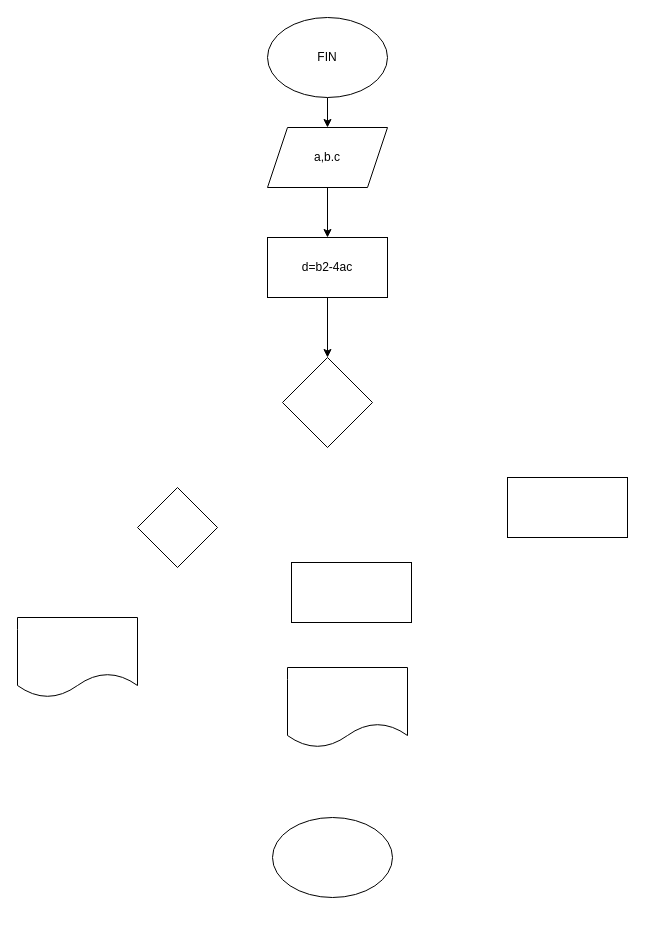
lizethcifuentes/taller_condicionales keeps this draw.io diagram as ejercicio_6/diagrama.drawio. Above is the earlier version. Source tidied: cells renumbered, new cells numbered last; positions are measured from the earlier drawing's top-left corner, leaving out a move shared by most shapes. Both pictures are drawn from the tidied source at 100%, with x=0, y=0 at pixel (17, 17).
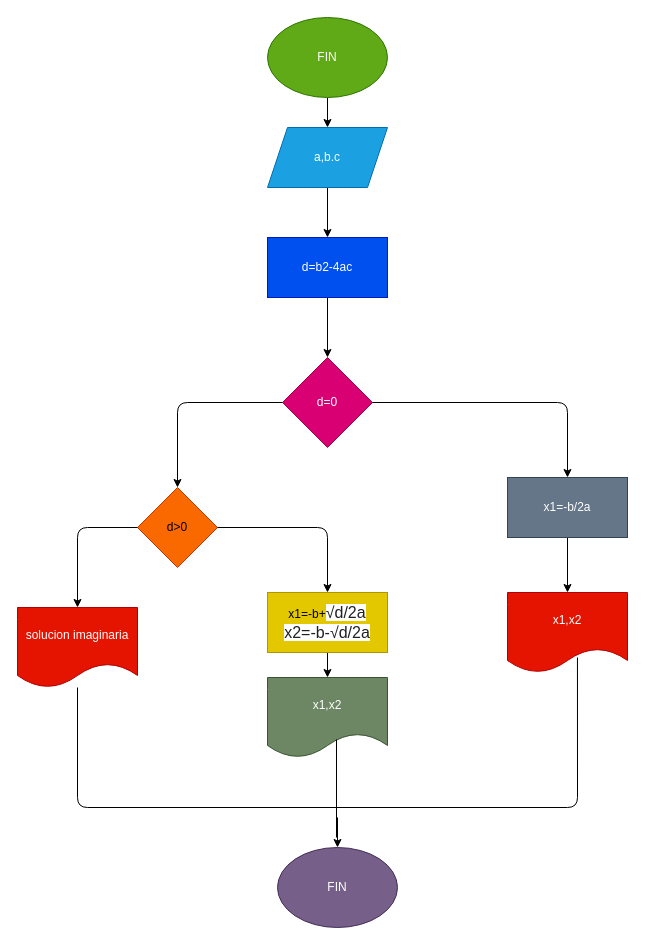
After the change.

Commit message (it also covers changes not shown here):
se agregan cambios en el diagrama.png y en el ejercicio.py

Change to the diagram source:
```diff
@@
-    <mxCell id="3" value="FIN" style="ellipse;whiteSpace=wrap;html=1;" parent="1" vertex="1">
+    <mxCell id="3" value="FIN" style="ellipse;whiteSpace=wrap;html=1;fillColor=#60a917;fontColor=#ffffff;strokeColor=#2D7600;" parent="1" vertex="1">
       <mxGeometry x="250" width="120" height="80" as="geometry" />
     </mxCell>
@@
-    <mxCell id="5" value="a,b.c" style="shape=parallelogram;perimeter=parallelogramPerimeter;whiteSpace=wrap;html=1;fixedSize=1;" parent="1" vertex="1">
+    <mxCell id="5" value="a,b.c" style="shape=parallelogram;perimeter=parallelogramPerimeter;whiteSpace=wrap;html=1;fixedSize=1;fillColor=#1ba1e2;fontColor=#ffffff;strokeColor=#006EAF;" parent="1" vertex="1">
       <mxGeometry x="250" y="110" width="120" height="60" as="geometry" />
     </mxCell>
@@
-    <mxCell id="7" value="d=b2-4ac" style="rounded=0;whiteSpace=wrap;html=1;" parent="1" vertex="1">
+    <mxCell id="7" value="d=b2-4ac" style="rounded=0;whiteSpace=wrap;html=1;fillColor=#0050ef;fontColor=#ffffff;strokeColor=#001DBC;" parent="1" vertex="1">
       <mxGeometry x="250" y="220" width="120" height="60" as="geometry" />
     </mxCell>
-    <mxCell id="8" style="rhombus;whiteSpace=wrap;html=1;" parent="1" vertex="1">
+    <mxCell id="8" value="d=0" style="rhombus;whiteSpace=wrap;html=1;fillColor=#d80073;fontColor=#ffffff;strokeColor=#A50040;" parent="1" vertex="1">
       <mxGeometry x="265" y="340" width="90" height="90" as="geometry" />
     </mxCell>
+    <mxCell id="15" style="edgeStyle=none;html=1;" parent="1" edge="1" source="9" target="17">
+      <mxGeometry relative="1" as="geometry" />
+    </mxCell>
-    <mxCell id="9" style="rounded=0;whiteSpace=wrap;html=1;" parent="1" vertex="1">
+    <mxCell id="9" value="x1=-b/2a" style="rounded=0;whiteSpace=wrap;html=1;fillColor=#647687;fontColor=#ffffff;strokeColor=#314354;" parent="1" vertex="1">
       <mxGeometry x="490" y="460" width="120" height="60" as="geometry" />
     </mxCell>
-    <mxCell id="10" style="rhombus;whiteSpace=wrap;html=1;" parent="1" vertex="1">
+    <mxCell id="10" value="d&amp;gt;0" style="rhombus;whiteSpace=wrap;html=1;fillColor=#fa6800;fontColor=#000000;strokeColor=#C73500;" parent="1" vertex="1">
       <mxGeometry x="120" y="470" width="80" height="80" as="geometry" />
     </mxCell>
-    <mxCell id="11" style="shape=document;whiteSpace=wrap;html=1;boundedLbl=1;" parent="1" vertex="1">
-      <mxGeometry y="600" width="120" height="80" as="geometry" />
+    <mxCell id="11" value="solucion imaginaria" style="shape=document;whiteSpace=wrap;html=1;boundedLbl=1;fillColor=#e51400;fontColor=#ffffff;strokeColor=#B20000;" parent="1" vertex="1">
+      <mxGeometry y="590" width="120" height="80" as="geometry" />
     </mxCell>
+    <mxCell id="16" style="edgeStyle=none;html=1;" parent="1" edge="1" source="12" target="13">
+      <mxGeometry relative="1" as="geometry" />
+    </mxCell>
-    <mxCell id="12" style="rounded=0;whiteSpace=wrap;html=1;" parent="1" vertex="1">
-      <mxGeometry x="274" y="545" width="120" height="60" as="geometry" />
+    <mxCell id="12" value="x1=-b+&lt;span style=&quot;color: rgb(32, 33, 36); font-family: arial, sans-serif; font-size: 16px; text-align: start; background-color: rgb(255, 255, 255);&quot;&gt;√d/2a&lt;br&gt;x2=-b-&lt;/span&gt;&lt;span style=&quot;color: rgb(32, 33, 36); font-family: arial, sans-serif; font-size: 16px; text-align: start; background-color: rgb(255, 255, 255);&quot;&gt;√d/2a&lt;/span&gt;&lt;span style=&quot;color: rgb(32, 33, 36); font-family: arial, sans-serif; font-size: 16px; text-align: start; background-color: rgb(255, 255, 255);&quot;&gt;&lt;br&gt;&lt;/span&gt;" style="rounded=0;whiteSpace=wrap;html=1;fillColor=#e3c800;fontColor=#000000;strokeColor=#B09500;" parent="1" vertex="1">
+      <mxGeometry x="250" y="575" width="120" height="60" as="geometry" />
     </mxCell>
-    <mxCell id="13" style="shape=document;whiteSpace=wrap;html=1;boundedLbl=1;" parent="1" vertex="1">
-      <mxGeometry x="270" y="650" width="120" height="80" as="geometry" />
+    <mxCell id="13" value="x1,x2" style="shape=document;whiteSpace=wrap;html=1;boundedLbl=1;fillColor=#6d8764;fontColor=#ffffff;strokeColor=#3A5431;" parent="1" vertex="1">
+      <mxGeometry x="250" y="660" width="120" height="80" as="geometry" />
     </mxCell>
-    <mxCell id="14" style="ellipse;whiteSpace=wrap;html=1;" parent="1" vertex="1">
-      <mxGeometry x="255" y="800" width="120" height="80" as="geometry" />
+    <mxCell id="14" value="FIN" style="ellipse;whiteSpace=wrap;html=1;fillColor=#76608a;fontColor=#ffffff;strokeColor=#432D57;" parent="1" vertex="1">
+      <mxGeometry x="260" y="830" width="120" height="80" as="geometry" />
     </mxCell>
+    <mxCell id="17" value="x1,x2" style="shape=document;whiteSpace=wrap;html=1;boundedLbl=1;fillColor=#e51400;fontColor=#ffffff;strokeColor=#B20000;" parent="1" vertex="1">
+      <mxGeometry x="490" y="575" width="120" height="80" as="geometry" />
+    </mxCell>
+    <mxCell id="18" style="endArrow=classic;html=1;entryX=0.5;entryY=0;entryDx=0;entryDy=0;exitX=1;exitY=0.5;exitDx=0;exitDy=0;" parent="1" edge="1" source="8" target="9">
+      <mxGeometry relative="1" as="geometry">
+        <Array as="points">
+          <mxPoint x="550" y="385" />
+        </Array>
+      </mxGeometry>
+    </mxCell>
+    <mxCell id="19" style="endArrow=classic;html=1;entryX=0.5;entryY=0;entryDx=0;entryDy=0;exitX=0;exitY=0.5;exitDx=0;exitDy=0;" parent="1" edge="1" source="8" target="10">
+      <mxGeometry relative="1" as="geometry">
+        <Array as="points">
+          <mxPoint x="160" y="385" />
+        </Array>
+      </mxGeometry>
+    </mxCell>
+    <mxCell id="20" style="endArrow=classic;html=1;entryX=0.5;entryY=0;entryDx=0;entryDy=0;entryPerimeter=0;exitX=1;exitY=0.5;exitDx=0;exitDy=0;" parent="1" edge="1" source="10" target="12">
+      <mxGeometry relative="1" as="geometry">
+        <Array as="points">
+          <mxPoint x="310" y="510" />
+        </Array>
+      </mxGeometry>
+    </mxCell>
+    <mxCell id="21" style="endArrow=classic;html=1;entryX=0.5;entryY=0;entryDx=0;entryDy=0;exitX=0;exitY=0.5;exitDx=0;exitDy=0;" parent="1" edge="1" source="10" target="11">
+      <mxGeometry relative="1" as="geometry">
+        <Array as="points">
+          <mxPoint x="60" y="510" />
+        </Array>
+      </mxGeometry>
+    </mxCell>
+    <mxCell id="22" style="endArrow=none;html=1;entryX=0.583;entryY=0.813;entryDx=0;entryDy=0;entryPerimeter=0;" parent="1" edge="1" source="11" target="17">
+      <mxGeometry relative="1" as="geometry">
+        <Array as="points">
+          <mxPoint x="60" y="790" />
+          <mxPoint x="560" y="790" />
+        </Array>
+      </mxGeometry>
+    </mxCell>
+    <mxCell id="23" style="endArrow=classic;html=1;entryX=0.5;entryY=0;entryDx=0;entryDy=0;" parent="1" edge="1" target="14">
+      <mxGeometry relative="1" as="geometry">
+        <mxPoint x="320" y="800" as="sourcePoint" />
+      </mxGeometry>
+    </mxCell>
+    <mxCell id="24" style="endArrow=none;html=1;entryX=0.575;entryY=0.775;entryDx=0;entryDy=0;entryPerimeter=0;" parent="1" edge="1" target="13">
+      <mxGeometry relative="1" as="geometry">
+        <mxPoint x="319" y="820" as="sourcePoint" />
+      </mxGeometry>
+    </mxCell>
```
